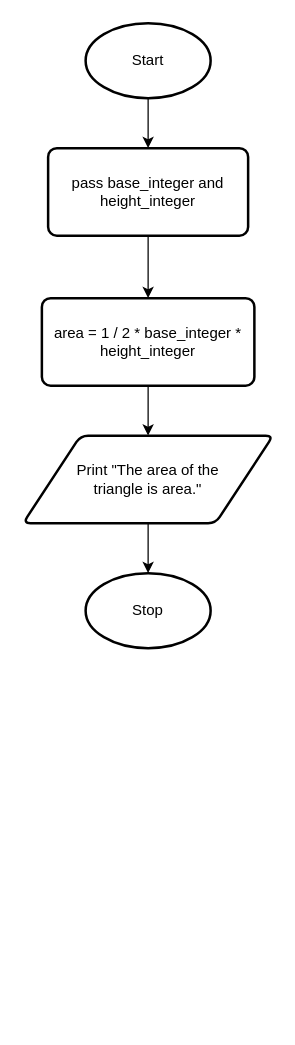
Yiyun-Qin/ICS3U-Unit5-06-Python keeps this draw.io diagram as design.flowchart.drawio. Above is the earlier version. Source tidied: cells renumbered, new cells numbered last; positions are measured from the earlier drawing's top-left corner, leaving out a move shared by most shapes. Both pictures are drawn from the tidied source at 125%, with x=0, y=0 at pixel (22, 22).
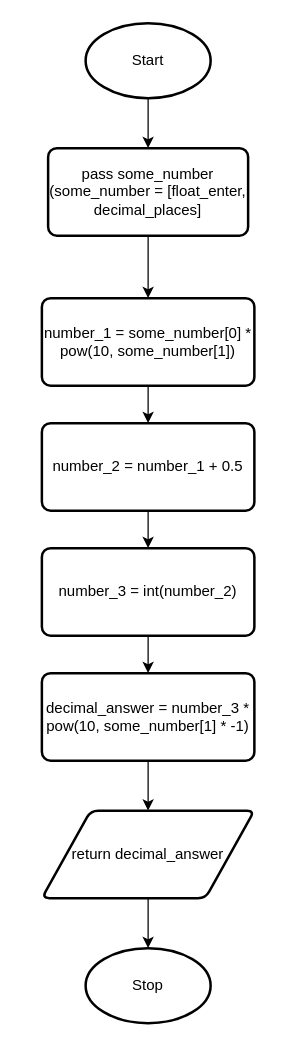
The same diagram, later.

The edit, as a diff of the source:
```diff
@@
 <mxGraphModel>
   <root>
     <mxCell id="0" />
     <mxCell id="1" parent="0" />
     <mxCell id="2" style="edgeStyle=none;html=1;exitX=0.5;exitY=1;exitDx=0;exitDy=0;exitPerimeter=0;entryX=0.5;entryY=0;entryDx=0;entryDy=0;" parent="1" edge="1" source="3" target="6">
       <mxGeometry relative="1" as="geometry" />
     </mxCell>
     <mxCell id="3" value="Start" style="strokeWidth=2;html=1;shape=mxgraph.flowchart.start_1;whiteSpace=wrap;" parent="1" vertex="1">
       <mxGeometry x="50" width="100" height="60" as="geometry" />
     </mxCell>
     <mxCell id="4" value="Stop" style="strokeWidth=2;html=1;shape=mxgraph.flowchart.start_1;whiteSpace=wrap;" parent="1" vertex="1">
-      <mxGeometry x="50" y="440" width="100" height="60" as="geometry" />
+      <mxGeometry x="50" y="740" width="100" height="60" as="geometry" />
     </mxCell>
     <mxCell id="5" style="edgeStyle=none;html=1;exitX=0.5;exitY=1;exitDx=0;exitDy=0;entryX=0.5;entryY=0;entryDx=0;entryDy=0;" parent="1" edge="1" source="6" target="8">
       <mxGeometry relative="1" as="geometry" />
     </mxCell>
-    <mxCell id="6" value="pass base_integer and height_integer" style="rounded=1;whiteSpace=wrap;html=1;absoluteArcSize=1;arcSize=14;strokeWidth=2;" parent="1" vertex="1">
+    <mxCell id="6" value="pass some_number&lt;br&gt;(some_number = [float_enter, decimal_places]" style="rounded=1;whiteSpace=wrap;html=1;absoluteArcSize=1;arcSize=14;strokeWidth=2;" parent="1" vertex="1">
       <mxGeometry x="20" y="100" width="160" height="70" as="geometry" />
     </mxCell>
-    <mxCell id="7" style="edgeStyle=none;html=1;exitX=0.5;exitY=1;exitDx=0;exitDy=0;entryX=0.5;entryY=0;entryDx=0;entryDy=0;" parent="1" edge="1" source="8" target="10">
-      <mxGeometry relative="1" as="geometry" />
-    </mxCell>
+    <mxCell id="11" style="edgeStyle=none;html=1;exitX=0.5;exitY=1;exitDx=0;exitDy=0;entryX=0.5;entryY=0;entryDx=0;entryDy=0;" parent="1" edge="1" source="8" target="9">
+      <mxGeometry relative="1" as="geometry" />
+    </mxCell>
-    <mxCell id="8" value="area = 1 / 2 * base_integer * height_integer" style="rounded=1;whiteSpace=wrap;html=1;absoluteArcSize=1;arcSize=14;strokeWidth=2;" parent="1" vertex="1">
+    <mxCell id="8" value="number_1 = some_number[0] * pow(10, some_number[1])" style="rounded=1;whiteSpace=wrap;html=1;absoluteArcSize=1;arcSize=14;strokeWidth=2;" parent="1" vertex="1">
       <mxGeometry x="15" y="220" width="170" height="70" as="geometry" />
     </mxCell>
+    <mxCell id="12" style="edgeStyle=none;html=1;exitX=0.5;exitY=1;exitDx=0;exitDy=0;entryX=0.5;entryY=0;entryDx=0;entryDy=0;" parent="1" edge="1" source="9" target="14">
+      <mxGeometry relative="1" as="geometry" />
+    </mxCell>
-    <mxCell id="9" style="edgeStyle=none;html=1;exitX=0.5;exitY=1;exitDx=0;exitDy=0;entryX=0.5;entryY=0;entryDx=0;entryDy=0;entryPerimeter=0;" parent="1" edge="1" source="10" target="4">
-      <mxGeometry relative="1" as="geometry" />
+    <mxCell id="9" value="number_2 = number_1 + 0.5" style="rounded=1;whiteSpace=wrap;html=1;absoluteArcSize=1;arcSize=14;strokeWidth=2;" parent="1" vertex="1">
+      <mxGeometry x="15" y="320" width="170" height="70" as="geometry" />
     </mxCell>
-    <mxCell id="10" value="Print &quot;The area of the &lt;br&gt;triangle is area.&quot;" style="shape=parallelogram;html=1;strokeWidth=2;perimeter=parallelogramPerimeter;whiteSpace=wrap;rounded=1;arcSize=12;size=0.23;" parent="1" vertex="1">
-      <mxGeometry y="330" width="200" height="70" as="geometry" />
-    </mxCell>
+    <mxCell id="13" style="edgeStyle=none;html=1;exitX=0.5;exitY=1;exitDx=0;exitDy=0;entryX=0.5;entryY=0;entryDx=0;entryDy=0;" parent="1" edge="1" source="14" target="16">
+      <mxGeometry relative="1" as="geometry" />
+    </mxCell>
+    <mxCell id="14" value="number_3 = int(number_2)" style="rounded=1;whiteSpace=wrap;html=1;absoluteArcSize=1;arcSize=14;strokeWidth=2;" parent="1" vertex="1">
+      <mxGeometry x="15" y="420" width="170" height="70" as="geometry" />
+    </mxCell>
+    <mxCell id="15" style="edgeStyle=none;html=1;exitX=0.5;exitY=1;exitDx=0;exitDy=0;entryX=0.5;entryY=0;entryDx=0;entryDy=0;" parent="1" edge="1" source="16" target="18">
+      <mxGeometry relative="1" as="geometry" />
+    </mxCell>
+    <mxCell id="16" value="decimal_answer = number_3 * pow(10, some_number[1] * -1)" style="rounded=1;whiteSpace=wrap;html=1;absoluteArcSize=1;arcSize=14;strokeWidth=2;" parent="1" vertex="1">
+      <mxGeometry x="15" y="520" width="170" height="70" as="geometry" />
+    </mxCell>
+    <mxCell id="17" style="edgeStyle=none;html=1;exitX=0.5;exitY=1;exitDx=0;exitDy=0;entryX=0.5;entryY=0;entryDx=0;entryDy=0;entryPerimeter=0;" parent="1" edge="1" source="18" target="4">
+      <mxGeometry relative="1" as="geometry" />
+    </mxCell>
+    <mxCell id="18" value="return decimal_answer" style="shape=parallelogram;html=1;strokeWidth=2;perimeter=parallelogramPerimeter;whiteSpace=wrap;rounded=1;arcSize=12;size=0.23;" parent="1" vertex="1">
+      <mxGeometry x="15" y="630" width="170" height="70" as="geometry" />
+    </mxCell>
   </root>
 </mxGraphModel>
```
